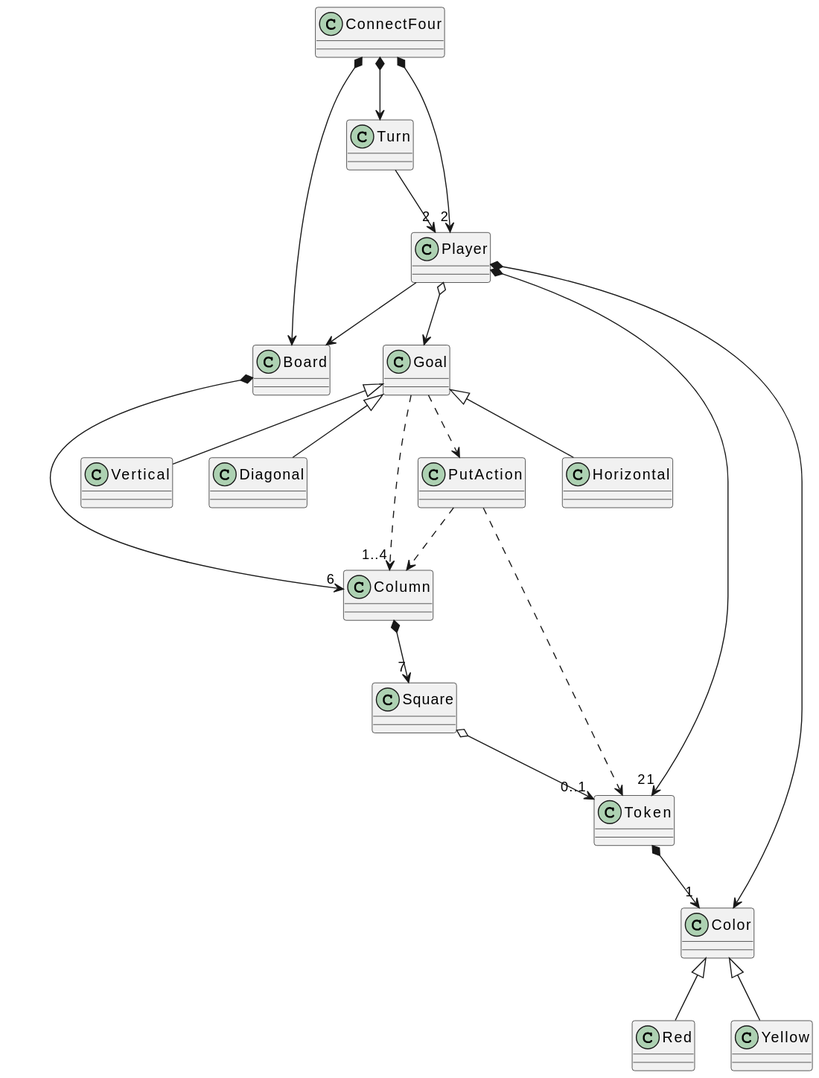
bate-ye-edo/IWVG-ConnectFour keeps this PlantUML diagram as docs/out/DomainModel.svg. Above is the earlier version. The source it was exported from:
```plantuml
@startuml
class ConnectFour
class Player
class Board
class Goal
class Token
class Turn
class Horizontal
class Vertical
class Diagonal
class Color
class Square
class Red
class Yellow
class PutAction
class Column

ConnectFour  *-down-> Board
ConnectFour  *-down-> "2" Player
ConnectFour *-down-> Turn
Turn -down-> "2" Player
Board *-down-> "6" Column
Square o--> "0..1" Token
Player  *-down-> "21" Token
Player *-down-> Color
Player --> Board
Token *-down-> "1" Color
Column *--> "7" Square
Color <|-- Red
Color <|-- Yellow
Goal <|-- Horizontal
Goal <|-- Vertical
Goal <|-- Diagonal


Player o--> Goal
Goal ..> PutAction
Goal ..> "1..4" Column
PutAction .right.> Token
PutAction ..> Column
@enduml
```
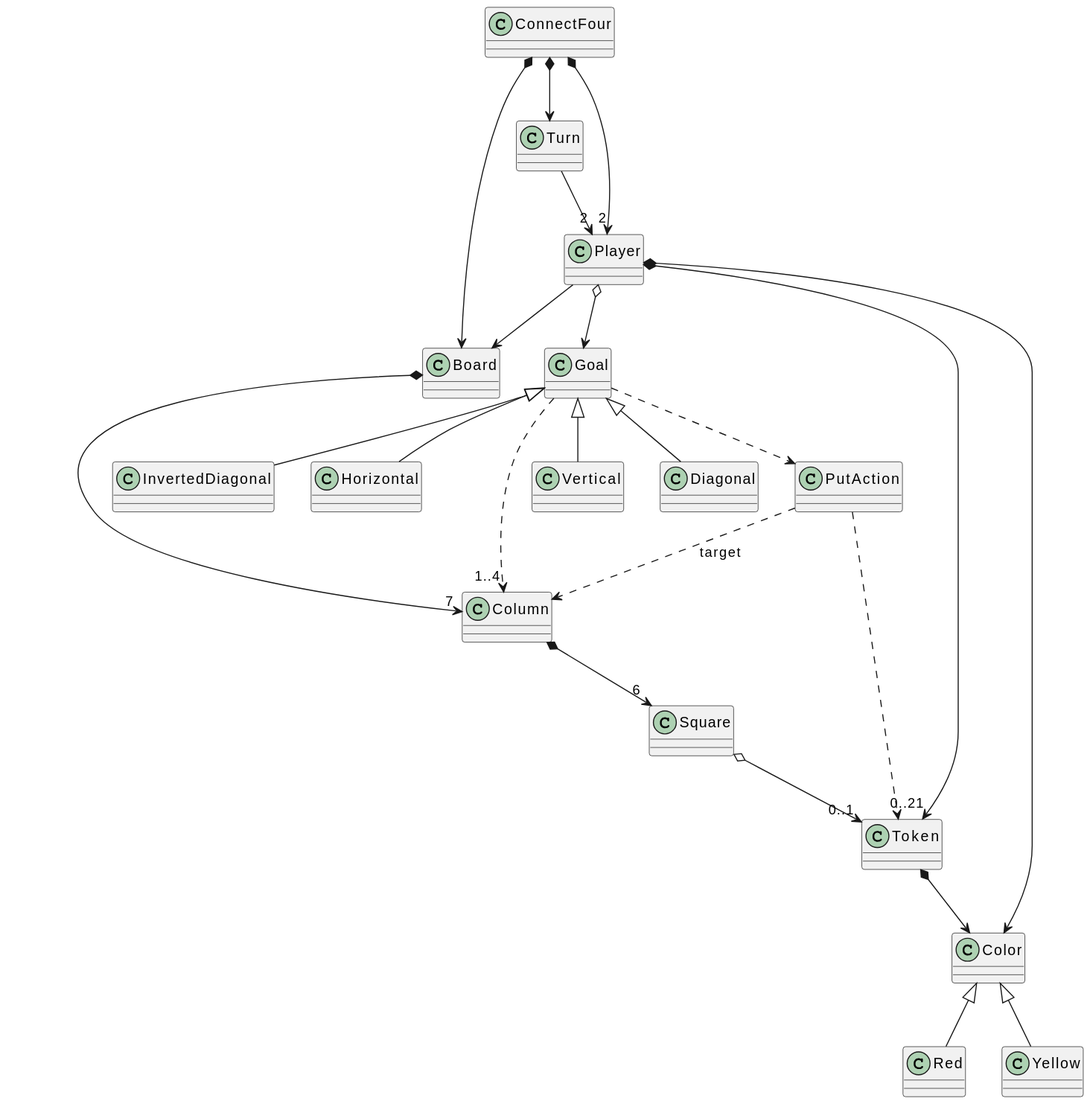
Above is the later version.

Commit message:
Model modifications and new image of the model.

The edit, as a diff of the source:
```diff
@@ -8,6 +8,7 @@
 class Horizontal
 class Vertical
 class Diagonal
+class InvertedDiagonal
 class Color
 class Square
 class Red
@@ -19,23 +20,24 @@
 ConnectFour  *-down-> "2" Player
 ConnectFour *-down-> Turn
 Turn -down-> "2" Player
-Board *-down-> "6" Column
+Board *-down-> "7" Column
 Square o--> "0..1" Token
-Player  *-down-> "21" Token
+Player  *-down-> "0..21" Token
 Player *-down-> Color
 Player --> Board
-Token *-down-> "1" Color
-Column *--> "7" Square
+Token *-down-> Color
+Column *--> "6" Square
 Color <|-- Red
 Color <|-- Yellow
 Goal <|-- Horizontal
 Goal <|-- Vertical
 Goal <|-- Diagonal
+Goal <|-- InvertedDiagonal
 
 
 Player o--> Goal
 Goal ..> PutAction
 Goal ..> "1..4" Column
 PutAction .right.> Token
-PutAction ..> Column
+PutAction ..> Column : "target"
 @enduml
```
